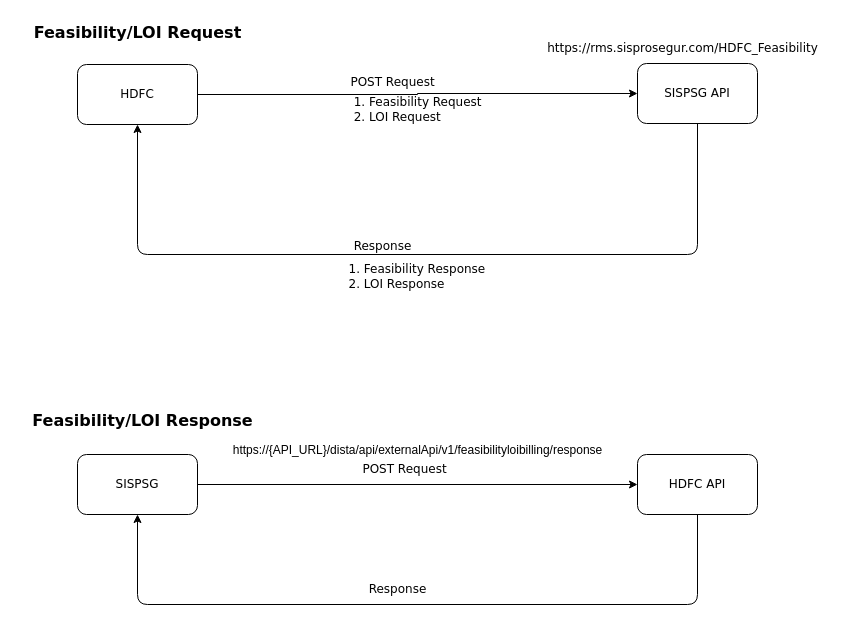
Above: Hdfc.drawio in ubermachine/Drawio (draw.io), before the change. Source tidied: cells renumbered, new cells numbered last; positions are measured from the earlier drawing's top-left corner, leaving out a move shared by most shapes. Both pictures are drawn from the tidied source at 100%, with x=0, y=0 at pixel (17, 17).
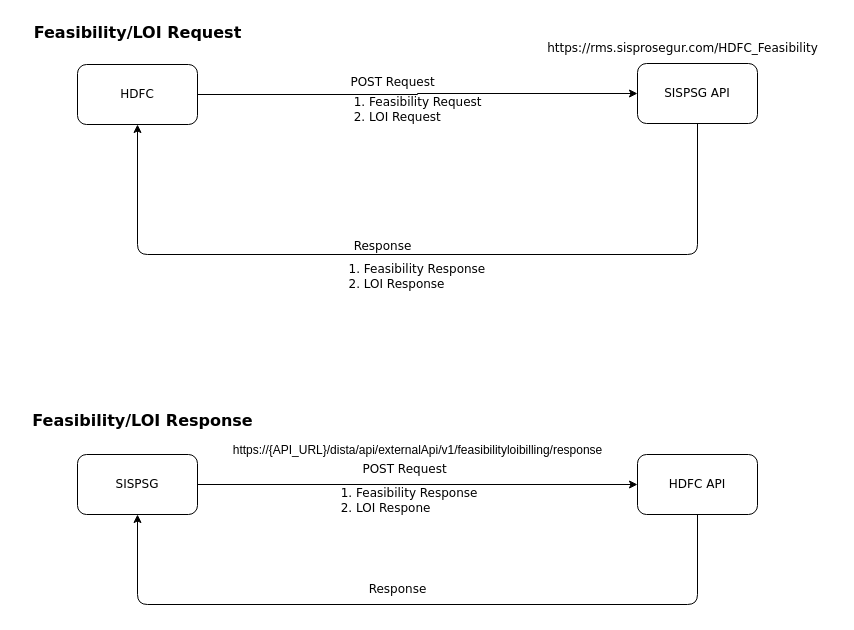
The same diagram, later.

The edit, as a diff of the source:
```diff
@@
+    <mxCell id="20" value="&lt;div align=&quot;left&quot;&gt;&lt;ol&gt;&lt;li&gt;Feasibility Response&lt;/li&gt;&lt;li&gt;LOI Respone&lt;br&gt;&lt;/li&gt;&lt;/ol&gt;&lt;/div&gt;" style="text;html=1;align=left;verticalAlign=middle;strokeColor=none;fillColor=none;fontStyle=0;fontFamily=Verdana;" parent="1" vertex="1">
+      <mxGeometry x="297" y="448" width="190" height="70" as="geometry" />
+    </mxCell>
```
